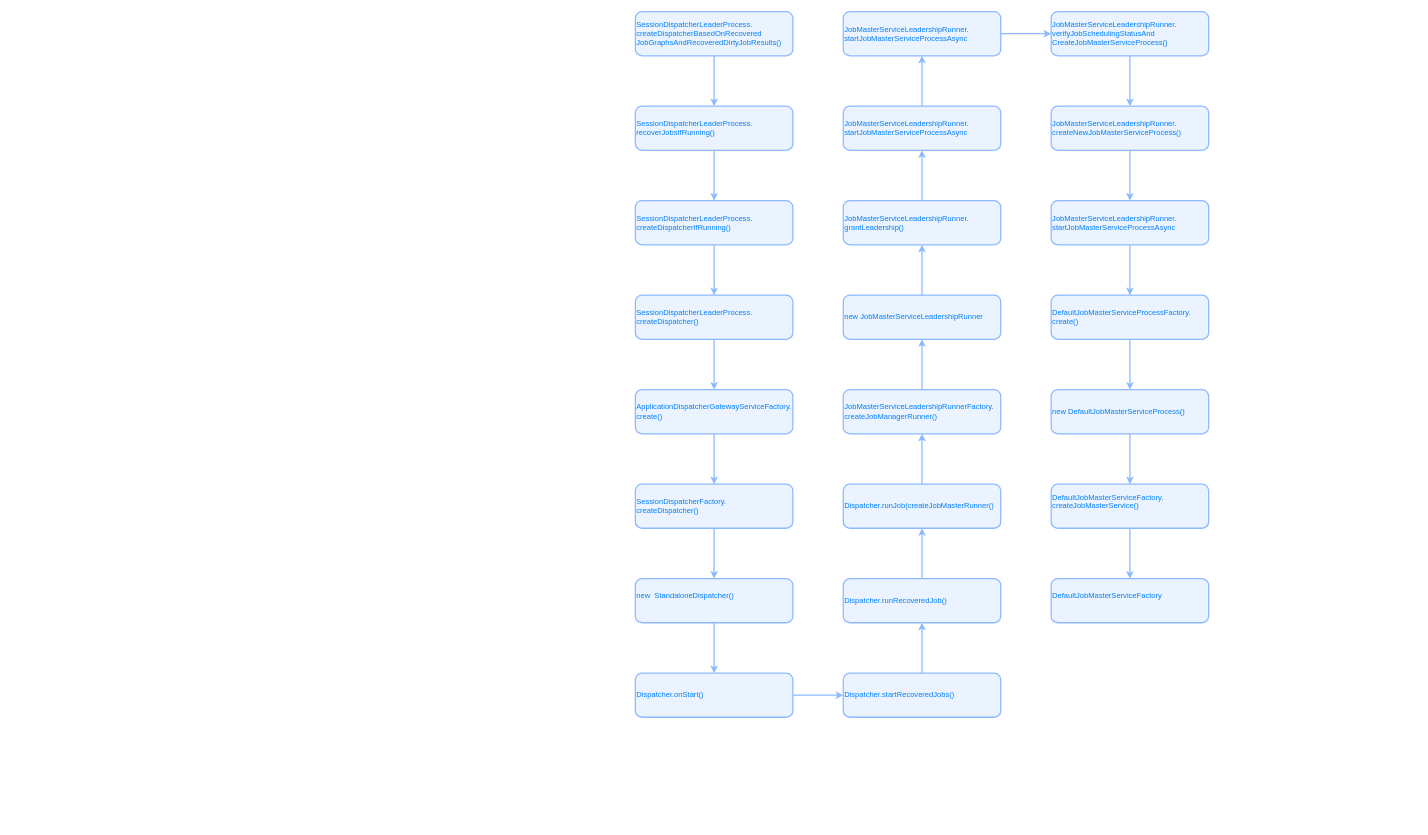
2pc/mydrawio keeps this draw.io diagram as 未命名绘图.drawio. Above is the earlier version. Source tidied: cells renumbered, new cells numbered last; positions are measured from the earlier drawing's top-left corner, leaving out a move shared by most shapes. Both pictures are drawn from the tidied source at 63%, with x=0, y=0 at pixel (635, 11).
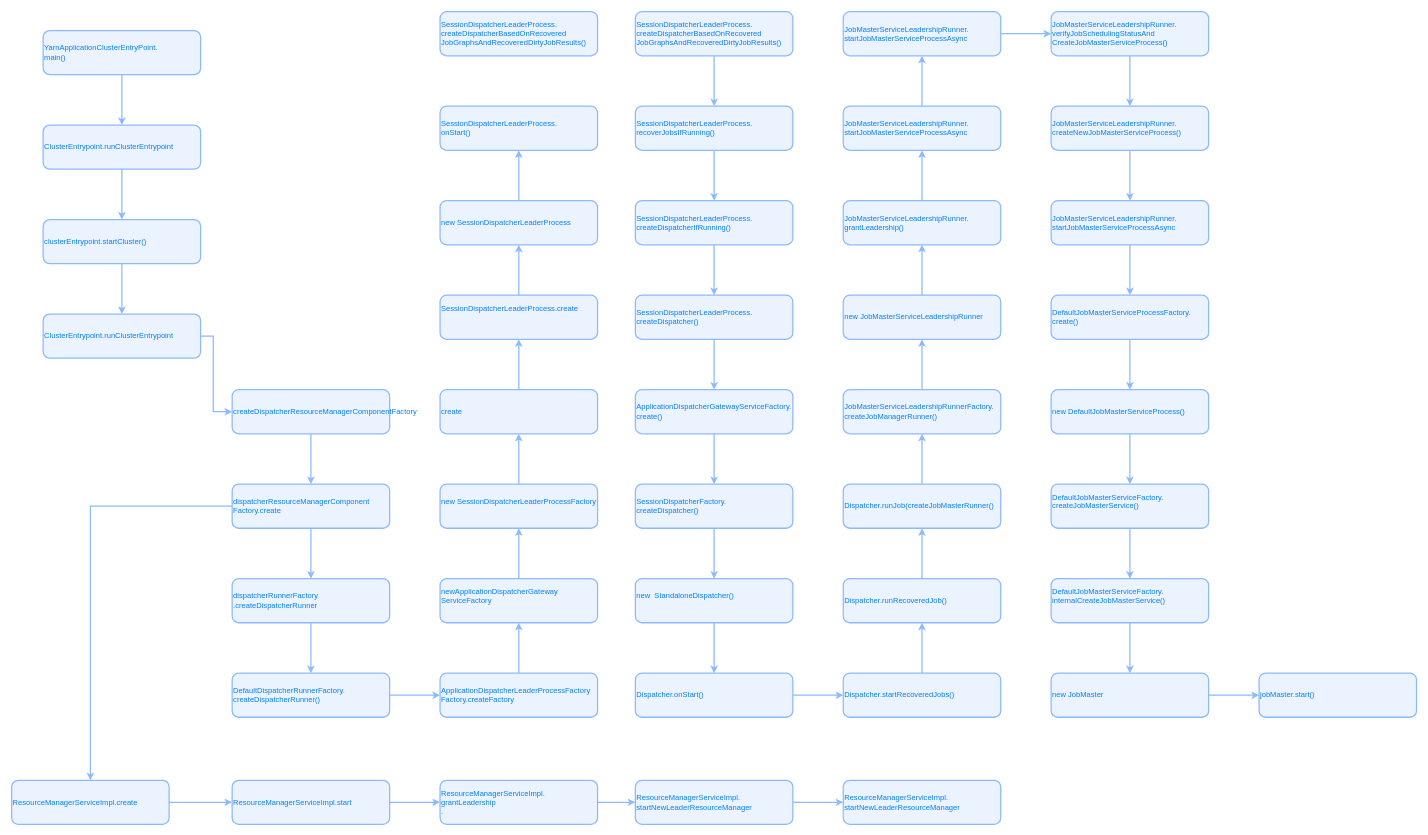
The same page after the edit.

The edit, as a diff of the source:
```diff
@@
+    <mxCell id="47" style="edgeStyle=orthogonalEdgeStyle;rounded=0;jettySize=auto;html=1;fontColor=#FFFFFF;strokeColor=#8DB9FF;strokeWidth=2;" parent="1" edge="1" source="46" target="49">
+      <mxGeometry relative="1" as="geometry" />
+    </mxCell>
-    <mxCell id="46" value="&lt;font color=&quot;#007fff&quot;&gt;DefaultJobMasterServiceFactory&lt;br&gt;&lt;br&gt;&lt;/font&gt;" style="rounded=1;whiteSpace=wrap;html=1;align=left;fillColor=#EAF3FF;strokeColor=#8DB9FF;strokeWidth=2;" parent="1" vertex="1">
+    <mxCell id="46" value="&lt;font color=&quot;#007fff&quot;&gt;DefaultJobMasterServiceFactory.&lt;br&gt;internalCreateJobMasterService()&lt;br&gt;&lt;br&gt;&lt;/font&gt;" style="rounded=1;whiteSpace=wrap;html=1;align=left;fillColor=#EAF3FF;strokeColor=#8DB9FF;strokeWidth=2;" parent="1" vertex="1">
       <mxGeometry x="660" y="900" width="250" height="70" as="geometry" />
     </mxCell>
+    <mxCell id="48" style="edgeStyle=orthogonalEdgeStyle;rounded=0;jettySize=auto;html=1;fontColor=#FFFFFF;strokeColor=#8DB9FF;strokeWidth=2;" parent="1" edge="1" source="49" target="50">
+      <mxGeometry relative="1" as="geometry" />
+    </mxCell>
+    <mxCell id="49" value="&lt;font color=&quot;#007fff&quot;&gt;new JobMaster&lt;br&gt;&lt;/font&gt;" style="rounded=1;whiteSpace=wrap;html=1;align=left;fillColor=#EAF3FF;strokeColor=#8DB9FF;strokeWidth=2;" parent="1" vertex="1">
+      <mxGeometry x="660" y="1050" width="250" height="70" as="geometry" />
+    </mxCell>
+    <mxCell id="50" value="&lt;font color=&quot;#007fff&quot;&gt;jobMaster.start()&lt;br&gt;&lt;/font&gt;" style="rounded=1;whiteSpace=wrap;html=1;align=left;fillColor=#EAF3FF;strokeColor=#8DB9FF;strokeWidth=2;" parent="1" vertex="1">
+      <mxGeometry x="990" y="1050" width="250" height="70" as="geometry" />
+    </mxCell>
+    <mxCell id="51" value="&lt;font color=&quot;#007fff&quot;&gt;SessionDispatcherLeaderProcess.&lt;br&gt;createDispatcherBasedOnRecovered&lt;br&gt;JobGraphsAndRecoveredDirtyJobResults()&lt;/font&gt;" style="rounded=1;whiteSpace=wrap;html=1;align=left;fillColor=#EAF3FF;strokeColor=#8DB9FF;strokeWidth=2;" parent="1" vertex="1">
+      <mxGeometry x="-310" width="250" height="70" as="geometry" />
+    </mxCell>
+    <mxCell id="52" style="edgeStyle=orthogonalEdgeStyle;rounded=0;jettySize=auto;html=1;fontColor=#FFFFFF;strokeColor=#8DB9FF;strokeWidth=2;" parent="1" edge="1" source="53" target="55">
+      <mxGeometry relative="1" as="geometry" />
+    </mxCell>
+    <mxCell id="53" value="&lt;font color=&quot;#007fff&quot;&gt;YarnApplicationClusterEntryPoint.&lt;br&gt;main()&lt;br&gt;&lt;/font&gt;" style="rounded=1;whiteSpace=wrap;html=1;align=left;fillColor=#EAF3FF;strokeColor=#8DB9FF;strokeWidth=2;" parent="1" vertex="1">
+      <mxGeometry x="-940" y="30" width="250" height="70" as="geometry" />
+    </mxCell>
+    <mxCell id="54" style="edgeStyle=orthogonalEdgeStyle;rounded=0;jettySize=auto;html=1;fontColor=#FFFFFF;strokeColor=#8DB9FF;strokeWidth=2;" parent="1" edge="1" source="55" target="57">
+      <mxGeometry relative="1" as="geometry" />
+    </mxCell>
+    <mxCell id="55" value="&lt;font color=&quot;#007fff&quot;&gt;ClusterEntrypoint.runClusterEntrypoint&lt;br&gt;&lt;/font&gt;" style="rounded=1;whiteSpace=wrap;html=1;align=left;fillColor=#EAF3FF;strokeColor=#8DB9FF;strokeWidth=2;" parent="1" vertex="1">
+      <mxGeometry x="-940" y="180" width="250" height="70" as="geometry" />
+    </mxCell>
+    <mxCell id="56" style="edgeStyle=orthogonalEdgeStyle;rounded=0;jettySize=auto;html=1;fontColor=#FFFFFF;strokeColor=#8DB9FF;strokeWidth=2;" parent="1" edge="1" source="57" target="59">
+      <mxGeometry relative="1" as="geometry" />
+    </mxCell>
+    <mxCell id="57" value="&lt;font color=&quot;#007fff&quot;&gt;clusterEntrypoint.startCluster()&lt;br&gt;&lt;/font&gt;" style="rounded=1;whiteSpace=wrap;html=1;align=left;fillColor=#EAF3FF;strokeColor=#8DB9FF;strokeWidth=2;" parent="1" vertex="1">
+      <mxGeometry x="-940" y="330" width="250" height="70" as="geometry" />
+    </mxCell>
+    <mxCell id="58" style="edgeStyle=orthogonalEdgeStyle;rounded=0;jettySize=auto;html=1;fontColor=#FFFFFF;strokeColor=#8DB9FF;strokeWidth=2;" parent="1" edge="1" source="59" target="61">
+      <mxGeometry relative="1" as="geometry">
+        <Array as="points">
+          <mxPoint x="-670" y="515" />
+          <mxPoint x="-670" y="635" />
+        </Array>
+      </mxGeometry>
+    </mxCell>
+    <mxCell id="59" value="&lt;font color=&quot;#007fff&quot;&gt;ClusterEntrypoint.runClusterEntrypoint&lt;br&gt;&lt;/font&gt;" style="rounded=1;whiteSpace=wrap;html=1;align=left;fillColor=#EAF3FF;strokeColor=#8DB9FF;strokeWidth=2;" parent="1" vertex="1">
+      <mxGeometry x="-940" y="480" width="250" height="70" as="geometry" />
+    </mxCell>
+    <mxCell id="60" style="edgeStyle=orthogonalEdgeStyle;rounded=0;jettySize=auto;html=1;fontColor=#FFFFFF;strokeColor=#8DB9FF;strokeWidth=2;" parent="1" edge="1" source="61" target="64">
+      <mxGeometry relative="1" as="geometry" />
+    </mxCell>
+    <mxCell id="61" value="&lt;font color=&quot;#007fff&quot;&gt;createDispatcherResourceManagerComponentFactory&lt;br&gt;&lt;/font&gt;" style="rounded=1;whiteSpace=wrap;html=1;align=left;fillColor=#EAF3FF;strokeColor=#8DB9FF;strokeWidth=2;" parent="1" vertex="1">
+      <mxGeometry x="-640" y="600" width="250" height="70" as="geometry" />
+    </mxCell>
+    <mxCell id="62" style="edgeStyle=orthogonalEdgeStyle;rounded=0;jettySize=auto;html=1;fontColor=#FFFFFF;strokeColor=#8DB9FF;strokeWidth=2;" parent="1" edge="1" source="64" target="66">
+      <mxGeometry relative="1" as="geometry" />
+    </mxCell>
+    <mxCell id="63" style="edgeStyle=orthogonalEdgeStyle;rounded=0;jettySize=auto;html=1;fontColor=#FFFFFF;strokeColor=#8DB9FF;strokeWidth=2;" parent="1" edge="1" source="64" target="83">
+      <mxGeometry relative="1" as="geometry" />
+    </mxCell>
+    <mxCell id="64" value="&lt;font color=&quot;#007fff&quot;&gt;dispatcherResourceManagerComponent&lt;br&gt;Factory.create&lt;br&gt;&lt;/font&gt;" style="rounded=1;whiteSpace=wrap;html=1;align=left;fillColor=#EAF3FF;strokeColor=#8DB9FF;strokeWidth=2;" parent="1" vertex="1">
+      <mxGeometry x="-640" y="750" width="250" height="70" as="geometry" />
+    </mxCell>
+    <mxCell id="65" style="edgeStyle=orthogonalEdgeStyle;rounded=0;jettySize=auto;html=1;fontColor=#FFFFFF;strokeColor=#8DB9FF;strokeWidth=2;" parent="1" edge="1" source="66" target="68">
+      <mxGeometry relative="1" as="geometry" />
+    </mxCell>
+    <mxCell id="66" value="&lt;font color=&quot;#007fff&quot;&gt;dispatcherRunnerFactory&lt;br&gt;.createDispatcherRunner&lt;br&gt;&lt;/font&gt;" style="rounded=1;whiteSpace=wrap;html=1;align=left;fillColor=#EAF3FF;strokeColor=#8DB9FF;strokeWidth=2;" parent="1" vertex="1">
+      <mxGeometry x="-640" y="900" width="250" height="70" as="geometry" />
+    </mxCell>
+    <mxCell id="67" style="edgeStyle=orthogonalEdgeStyle;rounded=0;jettySize=auto;html=1;fontColor=#FFFFFF;strokeColor=#8DB9FF;strokeWidth=2;" parent="1" edge="1" source="68" target="70">
+      <mxGeometry relative="1" as="geometry" />
+    </mxCell>
+    <mxCell id="68" value="&lt;font color=&quot;#007fff&quot;&gt;DefaultDispatcherRunnerFactory.&lt;br&gt;createDispatcherRunner()&lt;br&gt;&lt;/font&gt;" style="rounded=1;whiteSpace=wrap;html=1;align=left;fillColor=#EAF3FF;strokeColor=#8DB9FF;strokeWidth=2;" parent="1" vertex="1">
+      <mxGeometry x="-640" y="1050" width="250" height="70" as="geometry" />
+    </mxCell>
+    <mxCell id="69" style="edgeStyle=orthogonalEdgeStyle;rounded=0;jettySize=auto;html=1;fontColor=#FFFFFF;strokeColor=#8DB9FF;strokeWidth=2;" parent="1" edge="1" source="70" target="72">
+      <mxGeometry relative="1" as="geometry" />
+    </mxCell>
+    <mxCell id="70" value="&lt;font color=&quot;#007fff&quot;&gt;ApplicationDispatcherLeaderProcessFactory&lt;br&gt;Factory.createFactory&lt;br&gt;&lt;/font&gt;" style="rounded=1;whiteSpace=wrap;html=1;align=left;fillColor=#EAF3FF;strokeColor=#8DB9FF;strokeWidth=2;" parent="1" vertex="1">
+      <mxGeometry x="-310" y="1050" width="250" height="70" as="geometry" />
+    </mxCell>
+    <mxCell id="71" style="edgeStyle=orthogonalEdgeStyle;rounded=0;jettySize=auto;html=1;fontColor=#FFFFFF;strokeColor=#8DB9FF;strokeWidth=2;" parent="1" edge="1" source="72" target="74">
+      <mxGeometry relative="1" as="geometry" />
+    </mxCell>
+    <mxCell id="72" value="&lt;font color=&quot;#007fff&quot;&gt;newApplicationDispatcherGateway&lt;br&gt;ServiceFactory&lt;br&gt;&amp;nbsp;&lt;br&gt;&lt;/font&gt;" style="rounded=1;whiteSpace=wrap;html=1;align=left;fillColor=#EAF3FF;strokeColor=#8DB9FF;strokeWidth=2;" parent="1" vertex="1">
+      <mxGeometry x="-310" y="900" width="250" height="70" as="geometry" />
+    </mxCell>
+    <mxCell id="73" style="edgeStyle=orthogonalEdgeStyle;rounded=0;jettySize=auto;html=1;fontColor=#FFFFFF;strokeColor=#8DB9FF;strokeWidth=2;" parent="1" edge="1" source="74" target="76">
+      <mxGeometry relative="1" as="geometry" />
+    </mxCell>
+    <mxCell id="74" value="&lt;font color=&quot;#007fff&quot;&gt;new SessionDispatcherLeaderProcessFactory&lt;br&gt;&amp;nbsp;&lt;br&gt;&lt;/font&gt;" style="rounded=1;whiteSpace=wrap;html=1;align=left;fillColor=#EAF3FF;strokeColor=#8DB9FF;strokeWidth=2;" parent="1" vertex="1">
+      <mxGeometry x="-310" y="750" width="250" height="70" as="geometry" />
+    </mxCell>
+    <mxCell id="75" style="edgeStyle=orthogonalEdgeStyle;rounded=0;jettySize=auto;html=1;fontColor=#FFFFFF;strokeColor=#8DB9FF;strokeWidth=2;" parent="1" edge="1" source="76" target="78">
+      <mxGeometry relative="1" as="geometry" />
+    </mxCell>
+    <mxCell id="76" value="&lt;font color=&quot;#007fff&quot;&gt;create&lt;br&gt;&lt;/font&gt;" style="rounded=1;whiteSpace=wrap;html=1;align=left;fillColor=#EAF3FF;strokeColor=#8DB9FF;strokeWidth=2;" parent="1" vertex="1">
+      <mxGeometry x="-310" y="600" width="250" height="70" as="geometry" />
+    </mxCell>
+    <mxCell id="77" style="edgeStyle=orthogonalEdgeStyle;rounded=0;jettySize=auto;html=1;fontColor=#FFFFFF;strokeColor=#8DB9FF;strokeWidth=2;" parent="1" edge="1" source="78" target="80">
+      <mxGeometry relative="1" as="geometry" />
+    </mxCell>
+    <mxCell id="78" value="&lt;font color=&quot;#007fff&quot;&gt;SessionDispatcherLeaderProcess.create&lt;br&gt;&lt;br&gt;&amp;nbsp;&lt;br&gt;&lt;/font&gt;" style="rounded=1;whiteSpace=wrap;html=1;align=left;fillColor=#EAF3FF;strokeColor=#8DB9FF;strokeWidth=2;" parent="1" vertex="1">
+      <mxGeometry x="-310" y="450" width="250" height="70" as="geometry" />
+    </mxCell>
+    <mxCell id="79" style="edgeStyle=orthogonalEdgeStyle;rounded=0;jettySize=auto;html=1;fontColor=#FFFFFF;strokeColor=#8DB9FF;strokeWidth=2;" parent="1" edge="1" source="80" target="81">
+      <mxGeometry relative="1" as="geometry" />
+    </mxCell>
+    <mxCell id="80" value="&lt;font color=&quot;#007fff&quot;&gt;new SessionDispatcherLeaderProcess&lt;br&gt;&lt;/font&gt;" style="rounded=1;whiteSpace=wrap;html=1;align=left;fillColor=#EAF3FF;strokeColor=#8DB9FF;strokeWidth=2;" parent="1" vertex="1">
+      <mxGeometry x="-310" y="300" width="250" height="70" as="geometry" />
+    </mxCell>
+    <mxCell id="81" value="&lt;span style=&quot;color: rgb(0, 127, 255);&quot;&gt;SessionDispatcherLeaderProcess.&lt;br&gt;&lt;/span&gt;&lt;font color=&quot;#007fff&quot;&gt;onStart()&lt;br&gt;&lt;/font&gt;" style="rounded=1;whiteSpace=wrap;html=1;align=left;fillColor=#EAF3FF;strokeColor=#8DB9FF;strokeWidth=2;" parent="1" vertex="1">
+      <mxGeometry x="-310" y="150" width="250" height="70" as="geometry" />
+    </mxCell>
+    <mxCell id="82" style="edgeStyle=orthogonalEdgeStyle;rounded=0;jettySize=auto;html=1;fontColor=#FFFFFF;strokeColor=#8DB9FF;strokeWidth=2;" parent="1" edge="1" source="83" target="85">
+      <mxGeometry relative="1" as="geometry" />
+    </mxCell>
+    <mxCell id="83" value="&lt;font color=&quot;#007fff&quot;&gt;ResourceManagerServiceImpl.create&lt;br&gt;&lt;/font&gt;" style="rounded=1;whiteSpace=wrap;html=1;align=left;fillColor=#EAF3FF;strokeColor=#8DB9FF;strokeWidth=2;" parent="1" vertex="1">
+      <mxGeometry x="-990" y="1220" width="250" height="70" as="geometry" />
+    </mxCell>
+    <mxCell id="84" style="edgeStyle=orthogonalEdgeStyle;rounded=0;jettySize=auto;html=1;fontColor=#FFFFFF;strokeColor=#8DB9FF;strokeWidth=2;" parent="1" edge="1" source="85" target="87">
+      <mxGeometry relative="1" as="geometry" />
+    </mxCell>
+    <mxCell id="85" value="&lt;font color=&quot;#007fff&quot;&gt;ResourceManagerServiceImpl.start&lt;br&gt;&lt;/font&gt;" style="rounded=1;whiteSpace=wrap;html=1;align=left;fillColor=#EAF3FF;strokeColor=#8DB9FF;strokeWidth=2;" parent="1" vertex="1">
+      <mxGeometry x="-640" y="1220" width="250" height="70" as="geometry" />
+    </mxCell>
+    <mxCell id="86" style="edgeStyle=orthogonalEdgeStyle;rounded=0;jettySize=auto;html=1;fontColor=#FFFFFF;strokeColor=#8DB9FF;strokeWidth=2;" parent="1" edge="1" source="87" target="89">
+      <mxGeometry relative="1" as="geometry" />
+    </mxCell>
+    <mxCell id="87" value="&lt;font color=&quot;#007fff&quot;&gt;ResourceManagerServiceImpl.&lt;br&gt;grantLeadership&lt;br&gt;.&lt;br&gt;&lt;/font&gt;" style="rounded=1;whiteSpace=wrap;html=1;align=left;fillColor=#EAF3FF;strokeColor=#8DB9FF;strokeWidth=2;" parent="1" vertex="1">
+      <mxGeometry x="-310" y="1220" width="250" height="70" as="geometry" />
+    </mxCell>
+    <mxCell id="88" style="edgeStyle=orthogonalEdgeStyle;rounded=0;jettySize=auto;html=1;fontColor=#FFFFFF;strokeColor=#8DB9FF;strokeWidth=2;" parent="1" edge="1" source="89" target="90">
+      <mxGeometry relative="1" as="geometry" />
+    </mxCell>
+    <mxCell id="89" value="&lt;font color=&quot;#007fff&quot;&gt;ResourceManagerServiceImpl.&lt;br&gt;startNewLeaderResourceManager&lt;br&gt;&lt;/font&gt;" style="rounded=1;whiteSpace=wrap;html=1;align=left;fillColor=#EAF3FF;strokeColor=#8DB9FF;strokeWidth=2;" parent="1" vertex="1">
+      <mxGeometry y="1220" width="250" height="70" as="geometry" />
+    </mxCell>
+    <mxCell id="90" value="&lt;font color=&quot;#007fff&quot;&gt;ResourceManagerServiceImpl.&lt;br&gt;startNewLeaderResourceManager&lt;br&gt;&lt;/font&gt;" style="rounded=1;whiteSpace=wrap;html=1;align=left;fillColor=#EAF3FF;strokeColor=#8DB9FF;strokeWidth=2;" parent="1" vertex="1">
+      <mxGeometry x="330" y="1220" width="250" height="70" as="geometry" />
+    </mxCell>
```
